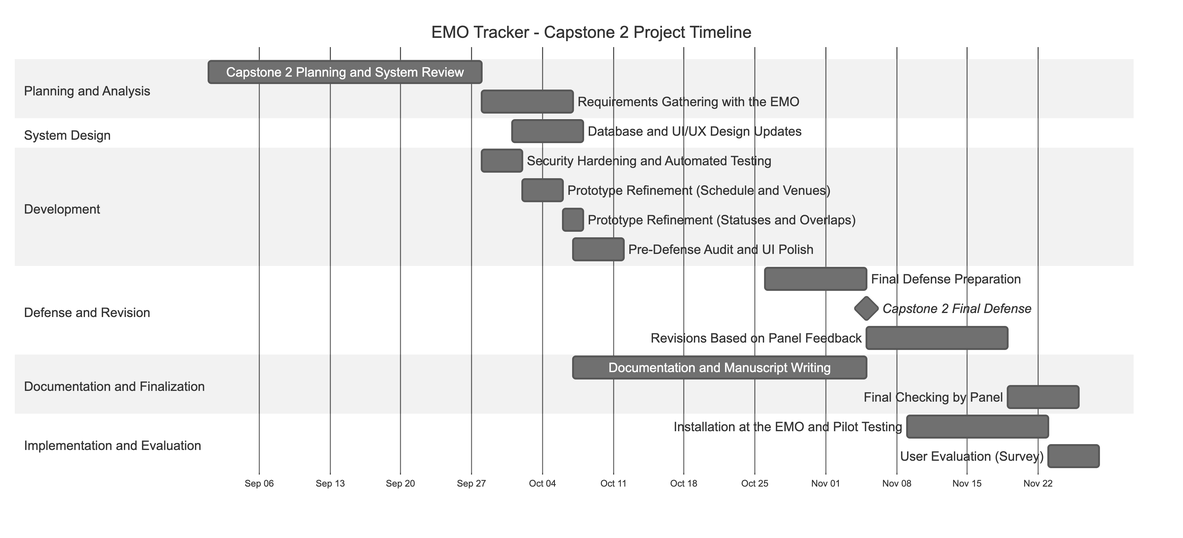
This is docs/paper/diagrams/gantt-chart.png from XyroneKyleYlanan/EMO-Tracker, a Mermaid export, as it was before one commit. Its source is kept beside it as docs/paper/diagrams/src/gantt-chart.mmd.
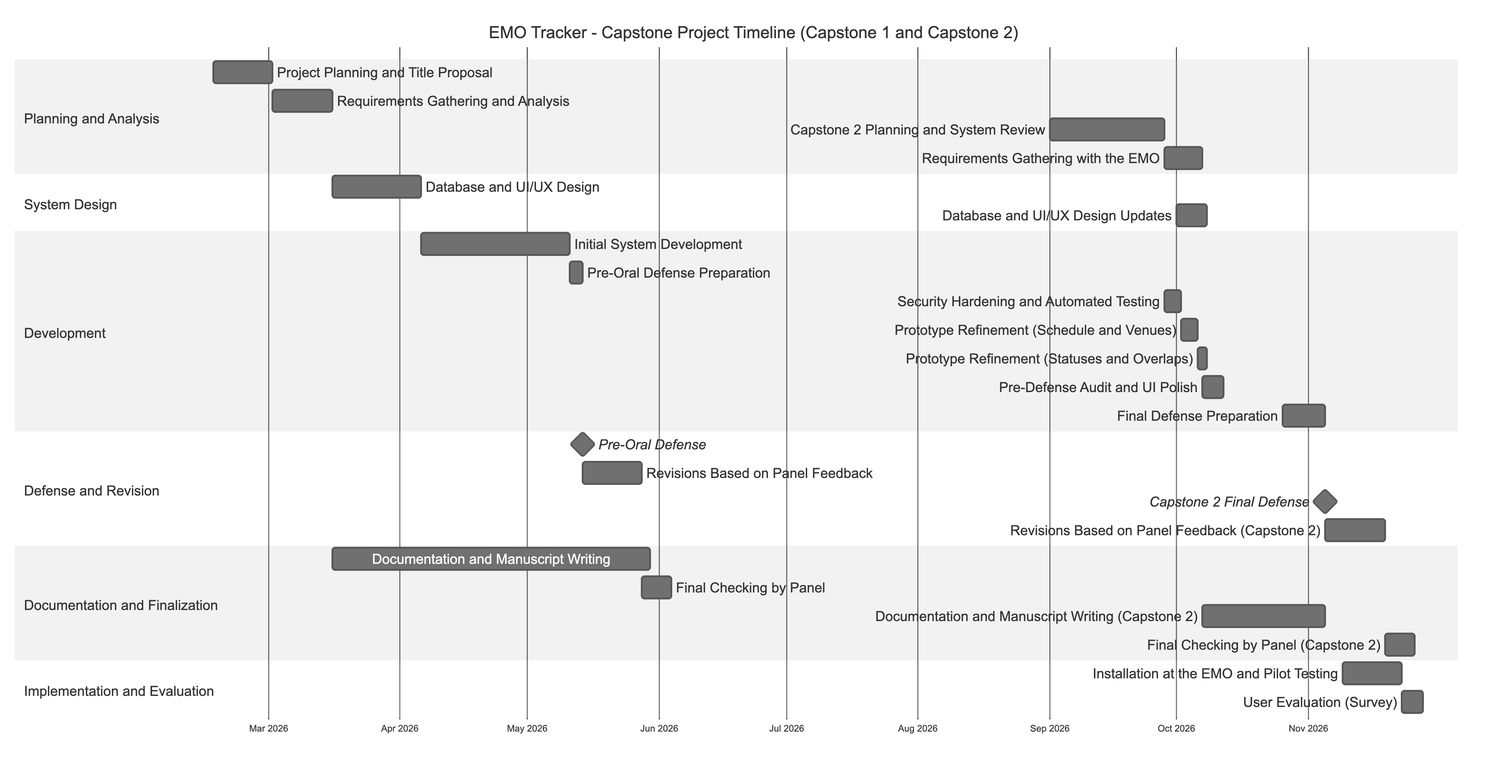
Above is the later version.

Commit message:
Gantt chart covers the whole capstone project (Capstone 1 and 2)

The edit, as a diff of the source:
```diff
@@ -1,35 +1,45 @@
 ---
 config:
   gantt:
-    useWidth: 1250
+    useWidth: 1600
     barHeight: 24
-    barGap: 8
-    fontSize: 14
-    sectionFontSize: 14
-    leftPadding: 210
+    barGap: 7
+    fontSize: 15
+    sectionFontSize: 15
+    leftPadding: 215
 ---
 gantt
-    title EMO Tracker - Capstone 2 Project Timeline
+    title EMO Tracker - Capstone Project Timeline (Capstone 1 and Capstone 2)
     dateFormat YYYY-MM-DD
-    axisFormat %b %d
+    axisFormat %b %Y
+    tickInterval 1month
     todayMarker off
     section Planning and Analysis
-    Capstone 2 Planning and System Review       :p1, 2026-09-01, 2026-09-28
-    Requirements Gathering with the EMO         :p2, 2026-09-28, 2026-10-07
+    Project Planning and Title Proposal              :c1p1, 2026-02-16, 2026-03-02
+    Requirements Gathering and Analysis              :c1p2, 2026-03-02, 2026-03-16
+    Capstone 2 Planning and System Review            :c2p1, 2026-09-01, 2026-09-28
+    Requirements Gathering with the EMO              :c2p2, 2026-09-28, 2026-10-07
     section System Design
-    Database and UI/UX Design Updates           :d1, 2026-10-01, 2026-10-08
+    Database and UI/UX Design                        :c1d1, 2026-03-16, 2026-04-06
+    Database and UI/UX Design Updates                :c2d1, 2026-10-01, 2026-10-08
     section Development
-    Security Hardening and Automated Testing    :v1, 2026-09-28, 2026-10-02
-    Prototype Refinement (Schedule and Venues)  :v2, 2026-10-02, 2026-10-06
-    Prototype Refinement (Statuses and Overlaps):v3, 2026-10-06, 2026-10-08
-    Pre-Defense Audit and UI Polish             :v4, 2026-10-07, 2026-10-12
+    Initial System Development                       :c1v1, 2026-04-06, 2026-05-11
+    Pre-Oral Defense Preparation                     :c1v2, 2026-05-11, 2026-05-14
+    Security Hardening and Automated Testing         :c2v1, 2026-09-28, 2026-10-02
+    Prototype Refinement (Schedule and Venues)       :c2v2, 2026-10-02, 2026-10-06
+    Prototype Refinement (Statuses and Overlaps)     :c2v3, 2026-10-06, 2026-10-08
+    Pre-Defense Audit and UI Polish                  :c2v4, 2026-10-07, 2026-10-12
+    Final Defense Preparation                        :c2v5, 2026-10-26, 2026-11-05
     section Defense and Revision
-    Final Defense Preparation                   :f1, 2026-10-26, 2026-11-05
-    Capstone 2 Final Defense                    :milestone, f2, 2026-11-05, 0d
-    Revisions Based on Panel Feedback           :f3, 2026-11-05, 2026-11-19
+    Pre-Oral Defense                                 :milestone, c1f1, 2026-05-14, 0d
+    Revisions Based on Panel Feedback                :c1f2, 2026-05-14, 2026-05-28
+    Capstone 2 Final Defense                         :milestone, c2f1, 2026-11-05, 0d
+    Revisions Based on Panel Feedback (Capstone 2)   :c2f2, 2026-11-05, 2026-11-19
     section Documentation and Finalization
-    Documentation and Manuscript Writing        :w1, 2026-10-07, 2026-11-05
-    Final Checking by Panel                     :w2, 2026-11-19, 2026-11-26
+    Documentation and Manuscript Writing             :c1w1, 2026-03-16, 2026-05-30
+    Final Checking by Panel                          :c1w2, 2026-05-28, 2026-06-04
+    Documentation and Manuscript Writing (Capstone 2):c2w1, 2026-10-07, 2026-11-05
+    Final Checking by Panel (Capstone 2)             :c2w2, 2026-11-19, 2026-11-26
     section Implementation and Evaluation
-    Installation at the EMO and Pilot Testing   :i1, 2026-11-09, 2026-11-23
-    User Evaluation (Survey)                    :i2, 2026-11-23, 2026-11-28
+    Installation at the EMO and Pilot Testing        :c2i1, 2026-11-09, 2026-11-23
+    User Evaluation (Survey)                         :c2i2, 2026-11-23, 2026-11-28
```
